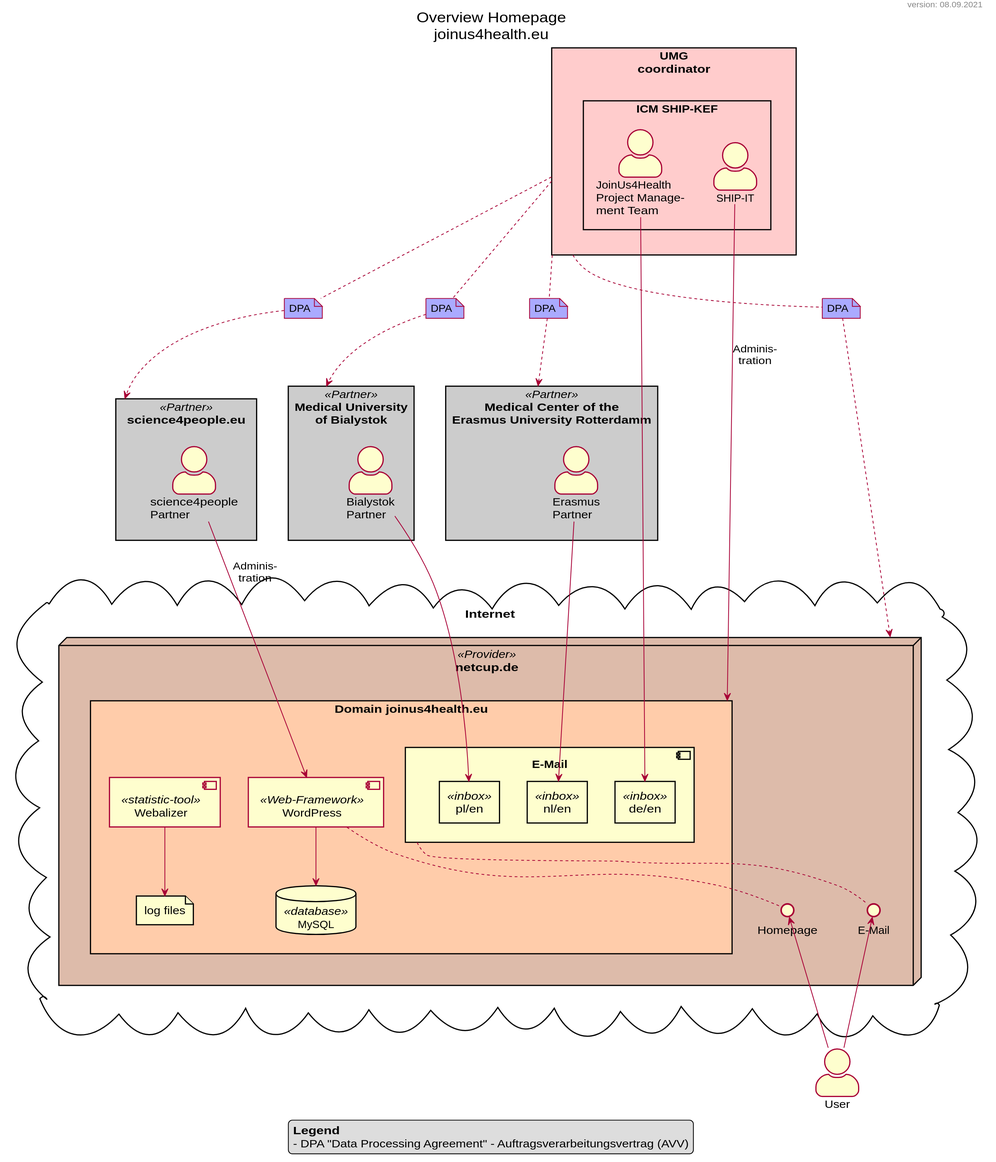
JoinUs4Health/Organisation keeps this PlantUML diagram as technical/homepage/uml/homepage_overview_data_flow.svg. Above is the earlier version.
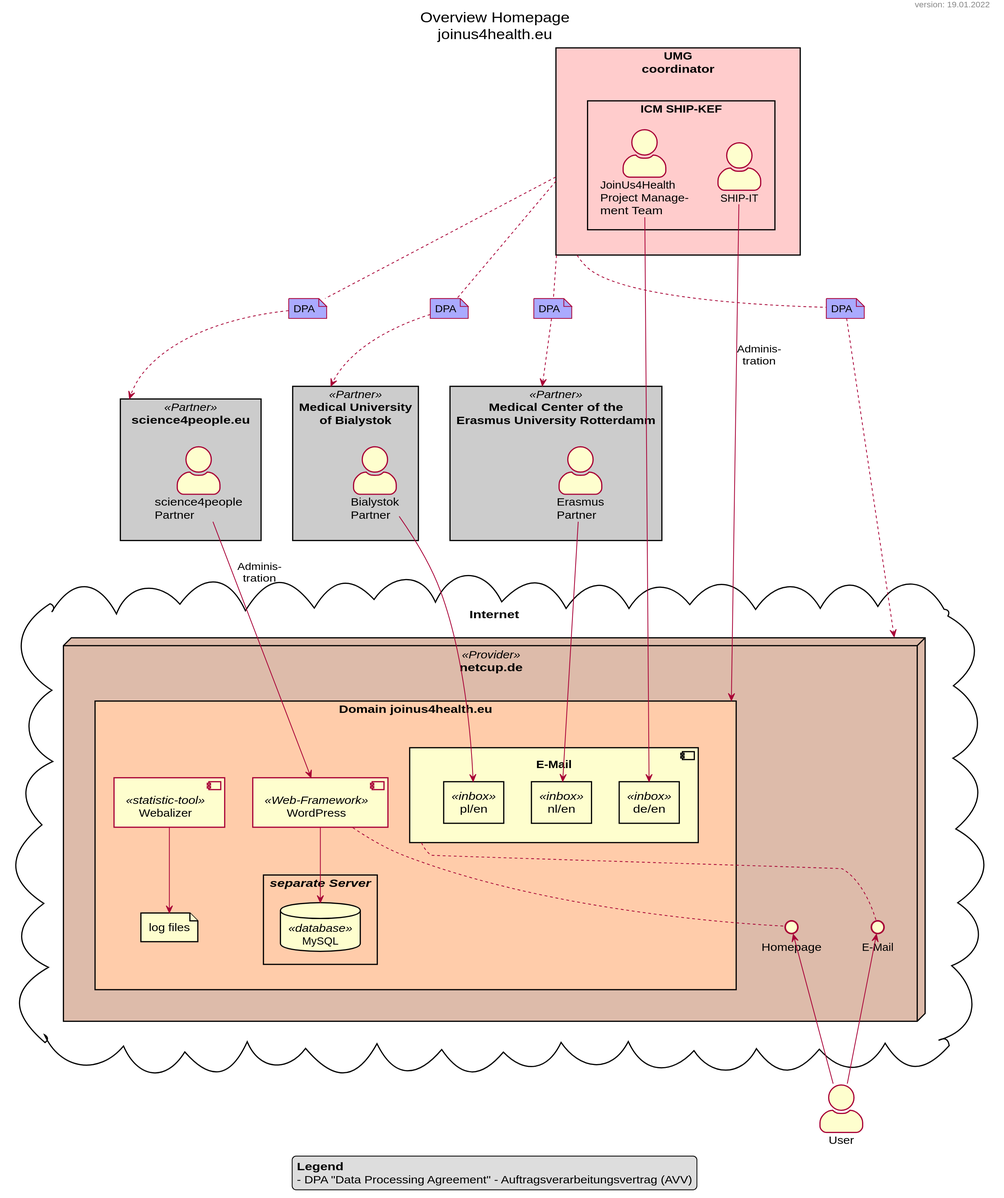
After the change.

Commit message:
homepage-UML-update; platform-wordpress-plugin-check started

Diff of the diagram source:
```diff
@@ -40,7 +40,9 @@
     node "netcup.de" <<Provider>> as netcup #ddbbaa {
         rectangle "Domain joinus4health.eu" as webspace #ffccaa {
             component "WordPress" <<Web-Framework>> as wp
-            database "MySQL" <<database>> as my
+            rectangle "//separate Server//" {
+                database "MySQL" <<database>> as my
+            }
             file "log files" as log
             component "Webalizer" <<statistic-tool>> as stats
             component "E-Mail" as email {
```
